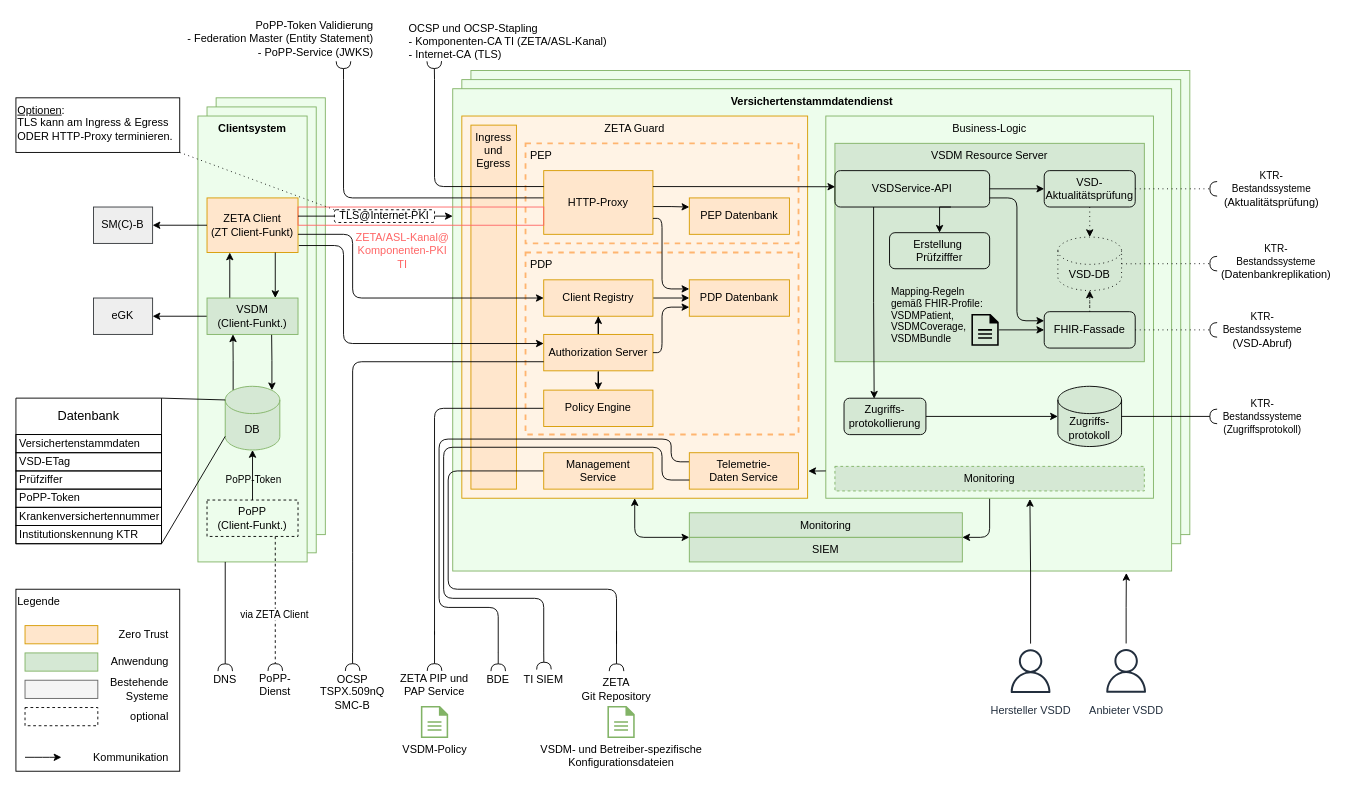
Before: src/drawio/Systemueberblick_VSDM2.drawio in gematik/spec-VSDM2, a draw.io diagram. Source tidied: cells renumbered, new cells numbered last; positions are measured from the earlier drawing's top-left corner, leaving out a move shared by most shapes. Both pictures are drawn from the tidied source at 91%, with x=0, y=0 at pixel (15, 15).
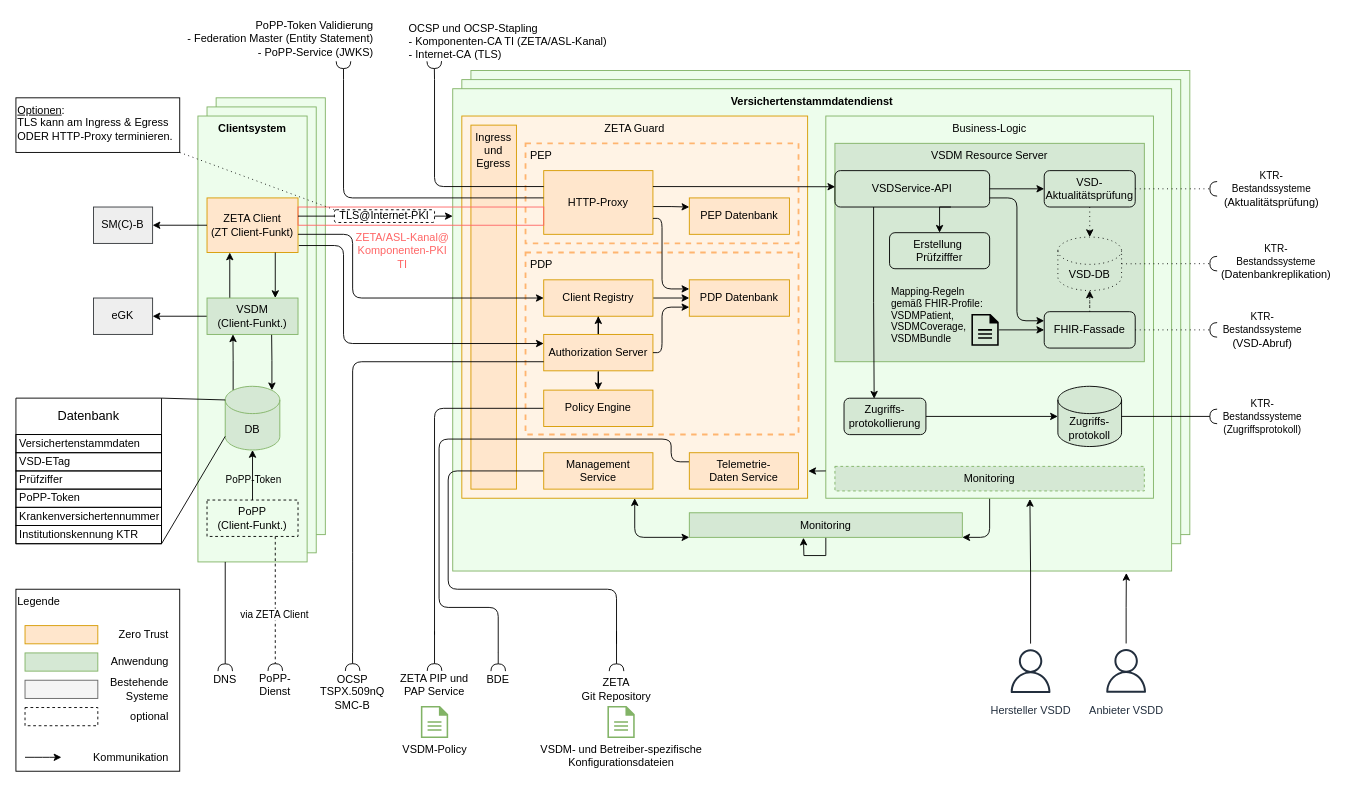
After the change.

The change refers to these unchanged cells:
```xml
<mxCell id="10" value="ZETA Guard" style="rounded=0;whiteSpace=wrap;html=1;align=center;verticalAlign=top;fillColor=#fff3e5;strokeColor=#d79b00;" parent="1" vertex="1">
  <mxGeometry x="490" y="110" width="380" height="420" as="geometry" />
</mxCell>
<mxCell id="21" value="Telemetrie-Daten&amp;nbsp;&lt;span style=&quot;background-color: initial;&quot;&gt;Service&lt;/span&gt;" style="rounded=0;whiteSpace=wrap;html=1;fillColor=#ffe6cc;strokeColor=#d79b00;" parent="1" vertex="1">
  <mxGeometry x="740" y="480" width="120" height="40" as="geometry" />
</mxCell>
<mxCell id="25" value="&lt;div&gt;Monitoring&lt;/div&gt;" style="rounded=0;whiteSpace=wrap;html=1;fillColor=#d5e8d4;strokeColor=#82b366;" parent="1" vertex="1">
  <mxGeometry x="740" y="546" width="300" height="27" as="geometry" />
</mxCell>
```

What changed in the source:
```diff
@@
-    <mxCell id="24" style="edgeStyle=orthogonalEdgeStyle;rounded=0;jettySize=auto;html=1;entryX=0.418;entryY=0.014;entryDx=0;entryDy=0;entryPerimeter=0;" parent="1" edge="1" source="25" target="29">
-      <mxGeometry relative="1" as="geometry" />
+    <mxCell id="24" style="edgeStyle=orthogonalEdgeStyle;rounded=0;jettySize=auto;html=1;entryX=0.418;entryY=0.014;entryDx=0;entryDy=0;entryPerimeter=0;" parent="1" edge="1" source="25">
+      <mxGeometry relative="1" as="geometry">
+        <mxPoint x="865.4" y="573.4" as="targetPoint" />
+      </mxGeometry>
     </mxCell>
@@
-    <mxCell id="28" style="edgeStyle=orthogonalEdgeStyle;rounded=1;jettySize=auto;html=1;entryX=0.5;entryY=1;entryDx=0;entryDy=0;exitX=0;exitY=0;exitDx=0;exitDy=0;startArrow=classic;startFill=1;curved=0;" parent="1" edge="1" source="29" target="10">
+    <mxCell id="28" style="edgeStyle=orthogonalEdgeStyle;rounded=1;jettySize=auto;html=1;entryX=0.5;entryY=1;entryDx=0;entryDy=0;exitX=0;exitY=0;exitDx=0;exitDy=0;startArrow=classic;startFill=1;curved=0;" parent="1" edge="1" target="10">
       <mxGeometry relative="1" as="geometry">
+        <mxPoint x="740" y="573" as="sourcePoint" />
         <Array as="points">
           <mxPoint x="680" y="573" />
         </Array>
       </mxGeometry>
     </mxCell>
-    <mxCell id="29" value="&lt;div&gt;SIEM&lt;/div&gt;" style="rounded=0;whiteSpace=wrap;html=1;fillColor=#D5E8D4;strokeColor=#82B366;" parent="1" vertex="1">
-      <mxGeometry x="740" y="573" width="300" height="27" as="geometry" />
-    </mxCell>
@@
-    <mxCell id="71" style="rounded=0;jettySize=auto;html=1;endArrow=halfCircle;endFill=0;endSize=6;strokeWidth=1;sketch=0;entryX=0.504;entryY=-0.09;entryDx=0;entryDy=0;entryPerimeter=0;" parent="1" edge="1" target="75">
-      <mxGeometry relative="1" as="geometry">
-        <mxPoint x="580" y="700" as="sourcePoint" />
-      </mxGeometry>
-    </mxCell>
@@
-    <mxCell id="75" value="TI SIEM" style="text;html=1;align=center;verticalAlign=middle;whiteSpace=wrap;rounded=0;" parent="1" vertex="1">
-      <mxGeometry x="550" y="720" width="60" height="20" as="geometry" />
-    </mxCell>
@@
-    <mxCell id="124" style="edgeStyle=orthogonalEdgeStyle;rounded=1;jettySize=auto;html=1;curved=0;endArrow=none;endFill=0;exitX=0;exitY=0.75;exitDx=0;exitDy=0;" parent="1" edge="1" source="21">
-      <mxGeometry relative="1" as="geometry">
-        <mxPoint x="580" y="700" as="targetPoint" />
-        <Array as="points">
-          <mxPoint x="710" y="510" />
-          <mxPoint x="710" y="474" />
-          <mxPoint x="470" y="474" />
-          <mxPoint x="470" y="640" />
-          <mxPoint x="580" y="640" />
-        </Array>
-      </mxGeometry>
-    </mxCell>
```
